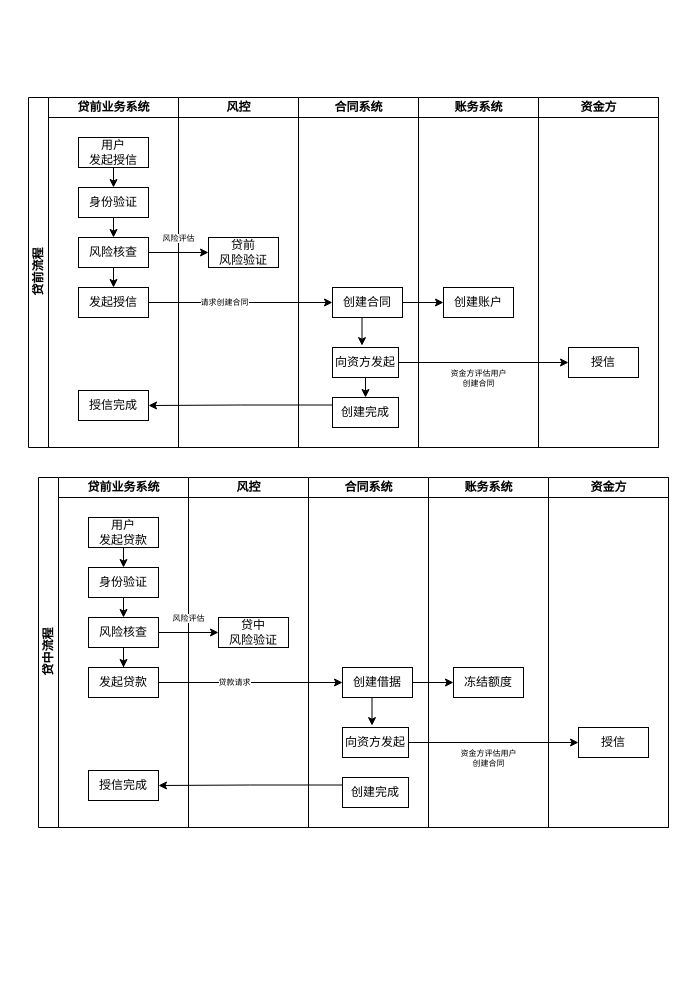
Earlier version of the draw.io diagram 金融泳道图.drawio (dahuzilaoyaoguai/pict). Source tidied: cells renumbered, new cells numbered last; positions are measured from the earlier drawing's top-left corner, leaving out a move shared by most shapes. Both pictures are drawn from the tidied source at 100%, with x=0, y=0 at pixel (28, 97).
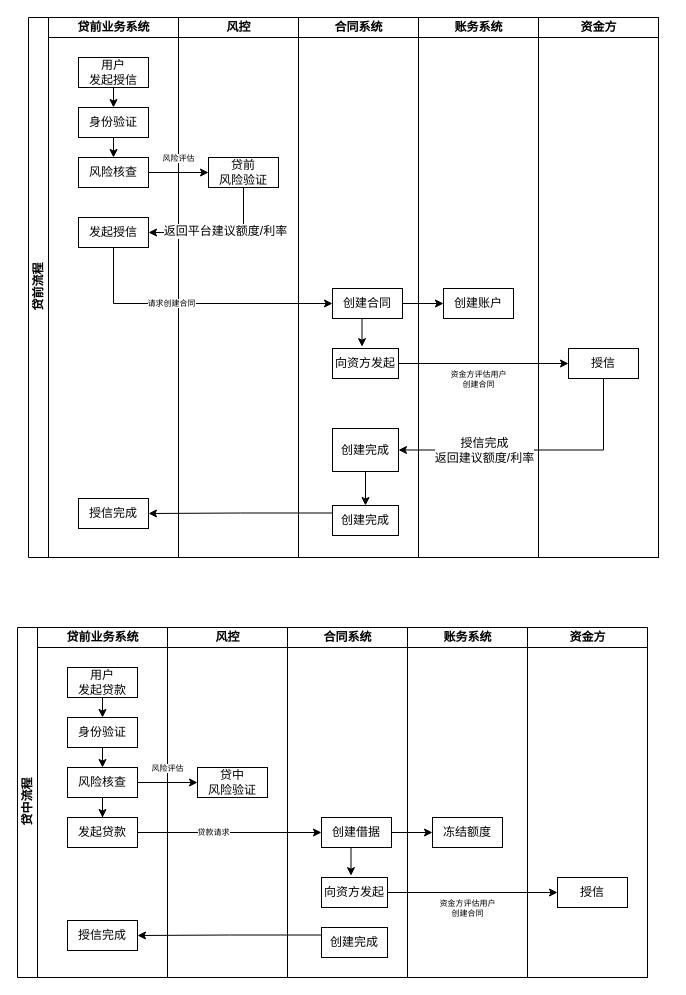
The same diagram, later.

Commit message:
更新金融泳道图.drawio

The change refers to these unchanged cells:
```xml
<mxCell id="6" value="风险核查" style="rounded=0;whiteSpace=wrap;html=1;" parent="3" vertex="1">
  <mxGeometry x="30" y="140" width="70" height="30" as="geometry" />
</mxCell>
<mxCell id="13" value="贷前&lt;br&gt;风险验证" style="rounded=0;whiteSpace=wrap;html=1;" parent="12" vertex="1">
  <mxGeometry x="30" y="140" width="70" height="30" as="geometry" />
</mxCell>
```

What changed in the source:
```diff
@@
     <mxCell id="2" value="贷前流程" style="swimlane;html=1;startSize=20;horizontal=0;" parent="1" vertex="1">
-      <mxGeometry width="630" height="350" as="geometry" />
+      <mxGeometry y="-80" width="630" height="540" as="geometry" />
     </mxCell>
     <mxCell id="3" value="贷前业务系统" style="swimlane;html=1;startSize=20;" parent="2" vertex="1">
-      <mxGeometry x="20" width="130" height="350" as="geometry" />
+      <mxGeometry x="20" width="130" height="540" as="geometry" />
     </mxCell>
-    <mxCell id="4" value="授信完成" style="rounded=0;whiteSpace=wrap;html=1;" parent="3" vertex="1">
-      <mxGeometry x="30" y="293" width="70" height="30" as="geometry" />
-    </mxCell>
-    <mxCell id="5" style="edgeStyle=orthogonalEdgeStyle;rounded=0;jettySize=auto;html=1;exitX=0.5;exitY=1;exitDx=0;exitDy=0;entryX=0.5;entryY=0;entryDx=0;entryDy=0;fontSize=8;" parent="3" edge="1" source="6" target="11">
-      <mxGeometry relative="1" as="geometry" />
-    </mxCell>
@@
+    <mxCell id="4" value="授信完成" style="rounded=0;whiteSpace=wrap;html=1;" parent="3" vertex="1">
+      <mxGeometry x="30" y="481" width="70" height="30" as="geometry" />
+    </mxCell>
     <mxCell id="11" value="发起授信" style="rounded=0;whiteSpace=wrap;html=1;" parent="3" vertex="1">
-      <mxGeometry x="30" y="190" width="70" height="30" as="geometry" />
+      <mxGeometry x="30" y="200" width="70" height="30" as="geometry" />
     </mxCell>
     <mxCell id="12" value="风控" style="swimlane;html=1;startSize=20;" parent="2" vertex="1">
-      <mxGeometry x="150" width="120" height="350" as="geometry" />
+      <mxGeometry x="150" width="120" height="540" as="geometry" />
     </mxCell>
@@
     <mxCell id="14" value="合同系统" style="swimlane;html=1;startSize=20;" parent="2" vertex="1">
-      <mxGeometry x="270" width="120" height="350" as="geometry" />
+      <mxGeometry x="270" width="120" height="540" as="geometry" />
     </mxCell>
     <mxCell id="15" value="创建完成" style="rounded=0;whiteSpace=wrap;html=1;" parent="14" vertex="1">
-      <mxGeometry x="34" y="300" width="66" height="30" as="geometry" />
+      <mxGeometry x="34" y="488" width="66" height="30" as="geometry" />
     </mxCell>
-    <mxCell id="16" style="edgeStyle=orthogonalEdgeStyle;rounded=0;jettySize=auto;html=1;exitX=0.5;exitY=1;exitDx=0;exitDy=0;entryX=0.5;entryY=0;entryDx=0;entryDy=0;fontSize=8;" parent="14" edge="1" source="17" target="15">
-      <mxGeometry relative="1" as="geometry" />
-    </mxCell>
     <mxCell id="17" value="向资方发起" style="rounded=0;whiteSpace=wrap;html=1;" parent="14" vertex="1">
-      <mxGeometry x="34" y="250" width="66" height="30" as="geometry" />
+      <mxGeometry x="34" y="331" width="66" height="30" as="geometry" />
     </mxCell>
@@
     <mxCell id="19" value="创建合同" style="rounded=0;whiteSpace=wrap;html=1;" parent="14" vertex="1">
-      <mxGeometry x="34" y="190" width="70" height="30" as="geometry" />
+      <mxGeometry x="34" y="271" width="70" height="30" as="geometry" />
     </mxCell>
+    <mxCell id="61" style="edgeStyle=orthogonalEdgeStyle;rounded=0;jettySize=auto;html=1;exitX=0.5;exitY=1;exitDx=0;exitDy=0;entryX=0.5;entryY=0;entryDx=0;entryDy=0;" parent="14" edge="1" source="62" target="15">
+      <mxGeometry relative="1" as="geometry" />
+    </mxCell>
+    <mxCell id="62" value="创建完成" style="rounded=0;whiteSpace=wrap;html=1;" parent="14" vertex="1">
+      <mxGeometry x="34" y="411" width="66" height="43" as="geometry" />
+    </mxCell>
+    <mxCell id="31" style="edgeStyle=orthogonalEdgeStyle;rounded=0;jettySize=auto;html=1;exitX=0;exitY=0.25;exitDx=0;exitDy=0;entryX=1;entryY=0.5;entryDx=0;entryDy=0;fontSize=8;" parent="2" edge="1" source="15" target="4">
+      <mxGeometry relative="1" as="geometry" />
+    </mxCell>
+    <mxCell id="26" style="edgeStyle=orthogonalEdgeStyle;rounded=0;jettySize=auto;html=1;exitX=0.5;exitY=1;exitDx=0;exitDy=0;entryX=0;entryY=0.5;entryDx=0;entryDy=0;fontSize=8;" parent="2" edge="1" source="11" target="19">
+      <mxGeometry relative="1" as="geometry" />
+    </mxCell>
+    <mxCell id="27" value="请求创建合同" style="text;html=1;align=center;verticalAlign=middle;labelBackgroundColor=#ffffff;fontSize=8;" parent="26" vertex="1">
+      <mxGeometry x="-0.18" y="1" relative="1" as="geometry" />
+    </mxCell>
+    <mxCell id="28" style="edgeStyle=orthogonalEdgeStyle;rounded=0;jettySize=auto;html=1;exitX=1;exitY=0.5;exitDx=0;exitDy=0;entryX=0;entryY=0.5;entryDx=0;entryDy=0;fontSize=8;" parent="2" edge="1" source="19" target="21">
+      <mxGeometry relative="1" as="geometry" />
+    </mxCell>
+    <mxCell id="29" style="edgeStyle=orthogonalEdgeStyle;rounded=0;jettySize=auto;html=1;exitX=1;exitY=0.5;exitDx=0;exitDy=0;entryX=0;entryY=0.5;entryDx=0;entryDy=0;fontSize=8;" parent="2" edge="1" source="17" target="23">
+      <mxGeometry relative="1" as="geometry" />
+    </mxCell>
+    <mxCell id="30" value="资金方评估用户&lt;br&gt;创建合同" style="text;html=1;align=center;verticalAlign=middle;labelBackgroundColor=#ffffff;fontSize=8;" parent="29" vertex="1">
+      <mxGeometry x="-0.14" y="-2" relative="1" as="geometry">
+        <mxPoint x="6.2" y="13" as="offset" />
+      </mxGeometry>
+    </mxCell>
+    <mxCell id="63" style="edgeStyle=orthogonalEdgeStyle;rounded=0;jettySize=auto;html=1;exitX=0.5;exitY=1;exitDx=0;exitDy=0;entryX=1;entryY=0.5;entryDx=0;entryDy=0;" parent="2" edge="1" source="23" target="62">
+      <mxGeometry relative="1" as="geometry" />
+    </mxCell>
+    <mxCell id="64" value="授信完成&lt;br&gt;返回建议额度/利率" style="text;html=1;align=center;verticalAlign=middle;labelBackgroundColor=#ffffff;" parent="63" vertex="1">
+      <mxGeometry x="0.38" y="1" relative="1" as="geometry">
+        <mxPoint y="-1" as="offset" />
+      </mxGeometry>
+    </mxCell>
     <mxCell id="20" value="账务系统" style="swimlane;html=1;startSize=20;" parent="2" vertex="1">
-      <mxGeometry x="390" width="120" height="350" as="geometry" />
+      <mxGeometry x="390" width="120" height="540" as="geometry" />
     </mxCell>
     <mxCell id="21" value="创建账户" style="rounded=0;whiteSpace=wrap;html=1;" parent="20" vertex="1">
-      <mxGeometry x="25" y="190" width="70" height="30" as="geometry" />
+      <mxGeometry x="25" y="271" width="70" height="30" as="geometry" />
     </mxCell>
     <mxCell id="22" value="资金方" style="swimlane;html=1;startSize=20;" parent="2" vertex="1">
-      <mxGeometry x="510" width="120" height="350" as="geometry" />
+      <mxGeometry x="510" width="120" height="540" as="geometry" />
     </mxCell>
     <mxCell id="23" value="授信" style="rounded=0;whiteSpace=wrap;html=1;" parent="22" vertex="1">
-      <mxGeometry x="30" y="250" width="70" height="30" as="geometry" />
+      <mxGeometry x="30" y="331" width="70" height="30" as="geometry" />
     </mxCell>
@@
-    <mxCell id="26" style="edgeStyle=orthogonalEdgeStyle;rounded=0;jettySize=auto;html=1;exitX=1;exitY=0.5;exitDx=0;exitDy=0;entryX=0;entryY=0.5;entryDx=0;entryDy=0;fontSize=8;" parent="2" edge="1" source="11" target="19">
-      <mxGeometry relative="1" as="geometry" />
-    </mxCell>
-    <mxCell id="27" value="请求创建合同" style="text;html=1;align=center;verticalAlign=middle;labelBackgroundColor=#ffffff;fontSize=8;" parent="26" vertex="1">
-      <mxGeometry x="-0.18" y="1" relative="1" as="geometry" />
-    </mxCell>
-    <mxCell id="28" style="edgeStyle=orthogonalEdgeStyle;rounded=0;jettySize=auto;html=1;exitX=1;exitY=0.5;exitDx=0;exitDy=0;entryX=0;entryY=0.5;entryDx=0;entryDy=0;fontSize=8;" parent="2" edge="1" source="19" target="21">
-      <mxGeometry relative="1" as="geometry" />
-    </mxCell>
-    <mxCell id="29" style="edgeStyle=orthogonalEdgeStyle;rounded=0;jettySize=auto;html=1;exitX=1;exitY=0.5;exitDx=0;exitDy=0;entryX=0;entryY=0.5;entryDx=0;entryDy=0;fontSize=8;" parent="2" edge="1" source="17" target="23">
-      <mxGeometry relative="1" as="geometry" />
-    </mxCell>
-    <mxCell id="30" value="资金方评估用户&lt;br&gt;创建合同" style="text;html=1;align=center;verticalAlign=middle;labelBackgroundColor=#ffffff;fontSize=8;" parent="29" vertex="1">
-      <mxGeometry x="-0.14" y="-2" relative="1" as="geometry">
-        <mxPoint x="6.2" y="13" as="offset" />
-      </mxGeometry>
-    </mxCell>
-    <mxCell id="31" style="edgeStyle=orthogonalEdgeStyle;rounded=0;jettySize=auto;html=1;exitX=0;exitY=0.25;exitDx=0;exitDy=0;entryX=1;entryY=0.5;entryDx=0;entryDy=0;fontSize=8;" parent="2" edge="1" source="15" target="4">
-      <mxGeometry relative="1" as="geometry" />
-    </mxCell>
+    <mxCell id="65" style="edgeStyle=orthogonalEdgeStyle;rounded=0;jettySize=auto;html=1;exitX=0.5;exitY=1;exitDx=0;exitDy=0;entryX=1;entryY=0.5;entryDx=0;entryDy=0;" parent="2" edge="1" source="13" target="11">
+      <mxGeometry relative="1" as="geometry" />
+    </mxCell>
+    <mxCell id="66" value="返回平台建议额度/利率" style="text;html=1;align=center;verticalAlign=middle;labelBackgroundColor=#ffffff;" parent="65" vertex="1">
+      <mxGeometry x="-0.39" y="-19" relative="1" as="geometry" />
+    </mxCell>
     <mxCell id="32" value="贷中流程" style="swimlane;html=1;startSize=20;horizontal=0;" parent="1" vertex="1">
-      <mxGeometry x="10" y="380" width="630" height="350" as="geometry" />
+      <mxGeometry x="-11" y="530" width="630" height="350" as="geometry" />
     </mxCell>
```
